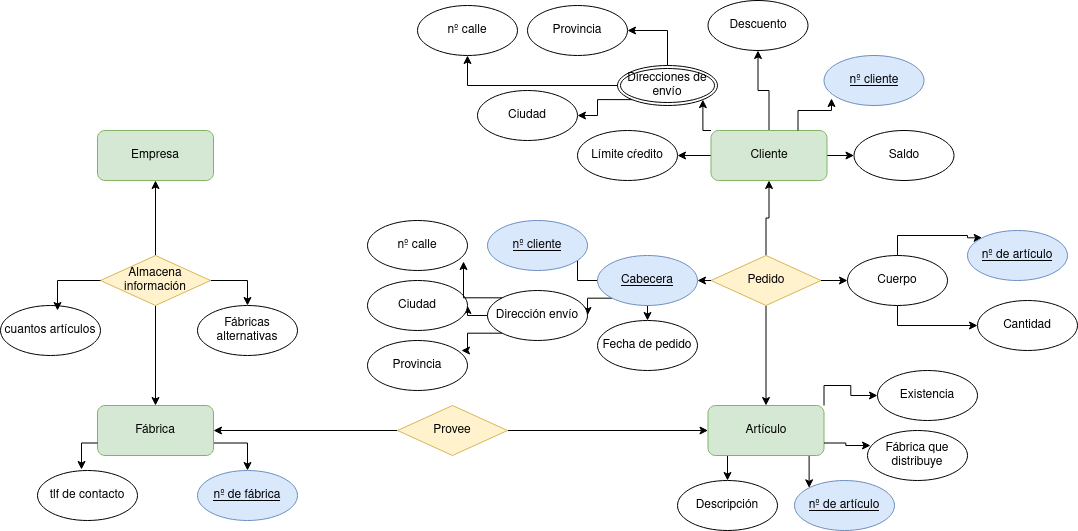
The draw.io diagram Unidad-1/Tareas/Tarea-2/Ejercicio3.drawio.png in LuisMGlez/base-datos, before a commit. Source tidied: cells renumbered, new cells last; positions are measured from the earlier drawing's top-left corner, leaving out a move shared by most shapes.
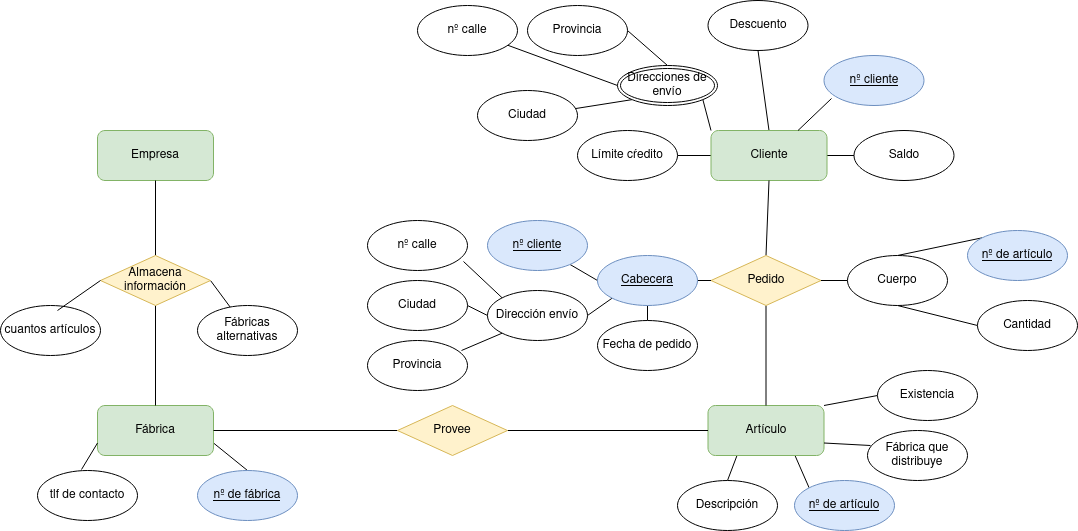
Later version of the same file.

Diff of the diagram source:
```diff
@@ -2,28 +2,28 @@
   <root>
     <mxCell id="0" />
     <mxCell id="1" parent="0" />
-    <mxCell id="2" style="edgeStyle=orthogonalEdgeStyle;rounded=0;jettySize=auto;html=1;exitX=0;exitY=0.5;exitDx=0;exitDy=0;entryX=1;entryY=0.5;entryDx=0;entryDy=0;" parent="1" edge="1" source="6" target="38">
+    <mxCell id="2" style="rounded=0;jettySize=auto;html=1;exitX=0;exitY=0.5;exitDx=0;exitDy=0;entryX=1;entryY=0.5;entryDx=0;entryDy=0;endArrow=none;endFill=0;" parent="1" edge="1" source="6" target="38">
       <mxGeometry relative="1" as="geometry" />
     </mxCell>
-    <mxCell id="3" style="edgeStyle=orthogonalEdgeStyle;rounded=0;jettySize=auto;html=1;exitX=0;exitY=0;exitDx=0;exitDy=0;entryX=1;entryY=1;entryDx=0;entryDy=0;" parent="1" edge="1" source="6" target="44">
+    <mxCell id="3" style="rounded=0;jettySize=auto;html=1;exitX=0;exitY=0;exitDx=0;exitDy=0;entryX=1;entryY=1;entryDx=0;entryDy=0;endArrow=none;endFill=0;" parent="1" edge="1" source="6" target="44">
       <mxGeometry relative="1" as="geometry" />
     </mxCell>
-    <mxCell id="4" style="edgeStyle=orthogonalEdgeStyle;rounded=0;jettySize=auto;html=1;exitX=1;exitY=0.5;exitDx=0;exitDy=0;entryX=0;entryY=0.5;entryDx=0;entryDy=0;" parent="1" edge="1" source="6" target="39">
+    <mxCell id="4" style="rounded=0;jettySize=auto;html=1;exitX=1;exitY=0.5;exitDx=0;exitDy=0;entryX=0;entryY=0.5;entryDx=0;entryDy=0;endArrow=none;endFill=0;" parent="1" edge="1" source="6" target="39">
       <mxGeometry relative="1" as="geometry" />
     </mxCell>
-    <mxCell id="5" style="edgeStyle=orthogonalEdgeStyle;rounded=0;jettySize=auto;html=1;exitX=0.5;exitY=0;exitDx=0;exitDy=0;entryX=0.5;entryY=1;entryDx=0;entryDy=0;" parent="1" edge="1" source="6" target="37">
+    <mxCell id="5" style="rounded=0;jettySize=auto;html=1;exitX=0.5;exitY=0;exitDx=0;exitDy=0;entryX=0.5;entryY=1;entryDx=0;entryDy=0;endArrow=none;endFill=0;" parent="1" edge="1" source="6" target="37">
       <mxGeometry relative="1" as="geometry" />
     </mxCell>
     <mxCell id="6" value="Cliente" style="rounded=1;whiteSpace=wrap;html=1;fillColor=#d5e8d4;strokeColor=#82b366;" parent="1" vertex="1">
       <mxGeometry x="710.5" y="130" width="116" height="50" as="geometry" />
     </mxCell>
-    <mxCell id="7" style="edgeStyle=orthogonalEdgeStyle;rounded=0;jettySize=auto;html=1;exitX=0.25;exitY=1;exitDx=0;exitDy=0;entryX=0.5;entryY=0;entryDx=0;entryDy=0;" parent="1" edge="1" source="10" target="33">
+    <mxCell id="7" style="rounded=0;jettySize=auto;html=1;exitX=0.25;exitY=1;exitDx=0;exitDy=0;entryX=0.5;entryY=0;entryDx=0;entryDy=0;endArrow=none;endFill=0;" parent="1" edge="1" source="10" target="33">
       <mxGeometry relative="1" as="geometry" />
     </mxCell>
-    <mxCell id="8" style="edgeStyle=orthogonalEdgeStyle;rounded=0;jettySize=auto;html=1;exitX=0.75;exitY=1;exitDx=0;exitDy=0;entryX=0;entryY=0;entryDx=0;entryDy=0;" parent="1" edge="1" source="10" target="36">
+    <mxCell id="8" style="rounded=0;jettySize=auto;html=1;exitX=0.75;exitY=1;exitDx=0;exitDy=0;entryX=0;entryY=0;entryDx=0;entryDy=0;endArrow=none;endFill=0;" parent="1" edge="1" source="10" target="36">
       <mxGeometry relative="1" as="geometry" />
     </mxCell>
-    <mxCell id="9" style="edgeStyle=orthogonalEdgeStyle;rounded=0;jettySize=auto;html=1;exitX=1;exitY=0;exitDx=0;exitDy=0;entryX=0;entryY=0.5;entryDx=0;entryDy=0;" parent="1" edge="1" source="10" target="34">
+    <mxCell id="9" style="rounded=0;jettySize=auto;html=1;exitX=1;exitY=0;exitDx=0;exitDy=0;entryX=0;entryY=0.5;entryDx=0;entryDy=0;endArrow=none;endFill=0;" parent="1" edge="1" source="10" target="34">
       <mxGeometry relative="1" as="geometry" />
     </mxCell>
     <mxCell id="10" value="Artículo" style="rounded=1;whiteSpace=wrap;html=1;fillColor=#d5e8d4;strokeColor=#82b366;" parent="1" vertex="1">
@@ -32,64 +32,64 @@
     <mxCell id="11" value="Empresa" style="rounded=1;whiteSpace=wrap;html=1;fillColor=#d5e8d4;strokeColor=#82b366;" parent="1" vertex="1">
       <mxGeometry x="97" y="130" width="116" height="50" as="geometry" />
     </mxCell>
-    <mxCell id="12" style="edgeStyle=orthogonalEdgeStyle;rounded=0;jettySize=auto;html=1;exitX=1;exitY=0.75;exitDx=0;exitDy=0;entryX=0.5;entryY=0;entryDx=0;entryDy=0;" parent="1" edge="1" source="13" target="64">
+    <mxCell id="12" style="rounded=0;jettySize=auto;html=1;exitX=1;exitY=0.75;exitDx=0;exitDy=0;entryX=0.5;entryY=0;entryDx=0;entryDy=0;endArrow=none;endFill=0;" parent="1" edge="1" source="13" target="64">
       <mxGeometry relative="1" as="geometry" />
     </mxCell>
     <mxCell id="13" value="Fábrica" style="rounded=1;whiteSpace=wrap;html=1;fillColor=#d5e8d4;strokeColor=#82b366;" parent="1" vertex="1">
       <mxGeometry x="97" y="405" width="116" height="50" as="geometry" />
     </mxCell>
-    <mxCell id="14" style="edgeStyle=orthogonalEdgeStyle;rounded=0;jettySize=auto;html=1;exitX=1;exitY=0.5;exitDx=0;exitDy=0;" parent="1" edge="1" source="16" target="10">
+    <mxCell id="14" style="edgeStyle=orthogonalEdgeStyle;rounded=0;jettySize=auto;html=1;exitX=1;exitY=0.5;exitDx=0;exitDy=0;endArrow=none;endFill=0;" parent="1" edge="1" source="16" target="10">
       <mxGeometry relative="1" as="geometry" />
     </mxCell>
-    <mxCell id="15" style="edgeStyle=orthogonalEdgeStyle;rounded=0;jettySize=auto;html=1;exitX=0;exitY=0.5;exitDx=0;exitDy=0;entryX=1;entryY=0.5;entryDx=0;entryDy=0;" parent="1" edge="1" source="16" target="13">
+    <mxCell id="15" style="edgeStyle=orthogonalEdgeStyle;rounded=0;jettySize=auto;html=1;exitX=0;exitY=0.5;exitDx=0;exitDy=0;entryX=1;entryY=0.5;entryDx=0;entryDy=0;endArrow=none;endFill=0;" parent="1" edge="1" source="16" target="13">
       <mxGeometry relative="1" as="geometry" />
     </mxCell>
     <mxCell id="16" value="Provee" style="rhombus;whiteSpace=wrap;html=1;fillColor=#fff2cc;strokeColor=#d6b656;" parent="1" vertex="1">
       <mxGeometry x="397" y="405" width="110" height="50" as="geometry" />
     </mxCell>
-    <mxCell id="17" style="edgeStyle=orthogonalEdgeStyle;rounded=0;jettySize=auto;html=1;exitX=0;exitY=0.5;exitDx=0;exitDy=0;entryX=1;entryY=0.5;entryDx=0;entryDy=0;" parent="1" edge="1" source="21" target="32">
+    <mxCell id="17" style="edgeStyle=orthogonalEdgeStyle;rounded=0;jettySize=auto;html=1;exitX=0;exitY=0.5;exitDx=0;exitDy=0;entryX=1;entryY=0.5;entryDx=0;entryDy=0;endArrow=none;endFill=0;" parent="1" edge="1" source="21" target="32">
       <mxGeometry relative="1" as="geometry" />
     </mxCell>
-    <mxCell id="18" style="edgeStyle=orthogonalEdgeStyle;rounded=0;jettySize=auto;html=1;exitX=1;exitY=0.5;exitDx=0;exitDy=0;entryX=0;entryY=0.5;entryDx=0;entryDy=0;" parent="1" edge="1" source="21" target="28">
+    <mxCell id="18" style="rounded=0;jettySize=auto;html=1;exitX=1;exitY=0.5;exitDx=0;exitDy=0;entryX=0;entryY=0.5;entryDx=0;entryDy=0;endArrow=none;endFill=0;" parent="1" edge="1" source="21" target="28">
       <mxGeometry relative="1" as="geometry" />
     </mxCell>
-    <mxCell id="19" style="edgeStyle=orthogonalEdgeStyle;rounded=0;jettySize=auto;html=1;exitX=0.5;exitY=0;exitDx=0;exitDy=0;entryX=0.5;entryY=1;entryDx=0;entryDy=0;" parent="1" edge="1" source="21" target="6">
+    <mxCell id="19" style="rounded=0;jettySize=auto;html=1;exitX=0.5;exitY=0;exitDx=0;exitDy=0;entryX=0.5;entryY=1;entryDx=0;entryDy=0;endArrow=none;endFill=0;" parent="1" edge="1" source="21" target="6">
       <mxGeometry relative="1" as="geometry" />
     </mxCell>
-    <mxCell id="20" style="edgeStyle=orthogonalEdgeStyle;rounded=0;jettySize=auto;html=1;exitX=0.5;exitY=1;exitDx=0;exitDy=0;entryX=0.5;entryY=0;entryDx=0;entryDy=0;" parent="1" edge="1" source="21" target="10">
+    <mxCell id="20" style="rounded=0;jettySize=auto;html=1;exitX=0.5;exitY=1;exitDx=0;exitDy=0;entryX=0.5;entryY=0;entryDx=0;entryDy=0;endArrow=none;endFill=0;" parent="1" edge="1" source="21" target="10">
       <mxGeometry relative="1" as="geometry" />
     </mxCell>
     <mxCell id="21" value="Pedido" style="rhombus;whiteSpace=wrap;html=1;fillColor=#fff2cc;strokeColor=#d6b656;" parent="1" vertex="1">
       <mxGeometry x="710.5" y="255" width="110" height="50" as="geometry" />
     </mxCell>
-    <mxCell id="22" style="edgeStyle=orthogonalEdgeStyle;rounded=0;jettySize=auto;html=1;exitX=1;exitY=0.5;exitDx=0;exitDy=0;" parent="1" edge="1" source="25" target="61">
+    <mxCell id="22" style="rounded=0;jettySize=auto;html=1;exitX=1;exitY=0.5;exitDx=0;exitDy=0;endArrow=none;endFill=0;" parent="1" edge="1" source="25" target="61">
       <mxGeometry relative="1" as="geometry" />
     </mxCell>
-    <mxCell id="23" style="edgeStyle=orthogonalEdgeStyle;rounded=0;jettySize=auto;html=1;exitX=0.5;exitY=1;exitDx=0;exitDy=0;entryX=0.5;entryY=0;entryDx=0;entryDy=0;" parent="1" edge="1" source="25" target="13">
+    <mxCell id="23" style="rounded=0;jettySize=auto;html=1;exitX=0.5;exitY=1;exitDx=0;exitDy=0;entryX=0.5;entryY=0;entryDx=0;entryDy=0;endArrow=none;endFill=0;" parent="1" edge="1" source="25" target="13">
       <mxGeometry relative="1" as="geometry" />
     </mxCell>
-    <mxCell id="24" style="edgeStyle=orthogonalEdgeStyle;rounded=0;jettySize=auto;html=1;exitX=0.5;exitY=0;exitDx=0;exitDy=0;entryX=0.5;entryY=1;entryDx=0;entryDy=0;" parent="1" edge="1" source="25" target="11">
+    <mxCell id="24" style="rounded=0;jettySize=auto;html=1;exitX=0.5;exitY=0;exitDx=0;exitDy=0;entryX=0.5;entryY=1;entryDx=0;entryDy=0;endArrow=none;endFill=0;" parent="1" edge="1" source="25" target="11">
       <mxGeometry relative="1" as="geometry" />
     </mxCell>
     <mxCell id="25" value="Almacena información" style="rhombus;whiteSpace=wrap;html=1;fillColor=#fff2cc;strokeColor=#d6b656;" parent="1" vertex="1">
       <mxGeometry x="100" y="255" width="110" height="50" as="geometry" />
     </mxCell>
-    <mxCell id="26" style="edgeStyle=orthogonalEdgeStyle;rounded=0;jettySize=auto;html=1;exitX=0.5;exitY=0;exitDx=0;exitDy=0;entryX=0;entryY=0;entryDx=0;entryDy=0;" parent="1" edge="1" source="28" target="49">
+    <mxCell id="26" style="rounded=0;jettySize=auto;html=1;exitX=0.5;exitY=0;exitDx=0;exitDy=0;entryX=0;entryY=0;entryDx=0;entryDy=0;endArrow=none;endFill=0;" parent="1" edge="1" source="28" target="49">
       <mxGeometry relative="1" as="geometry" />
     </mxCell>
-    <mxCell id="27" style="edgeStyle=orthogonalEdgeStyle;rounded=0;jettySize=auto;html=1;exitX=0.5;exitY=1;exitDx=0;exitDy=0;entryX=0;entryY=0.5;entryDx=0;entryDy=0;" parent="1" edge="1" source="28" target="50">
+    <mxCell id="27" style="rounded=0;jettySize=auto;html=1;exitX=0.5;exitY=1;exitDx=0;exitDy=0;entryX=0;entryY=0.5;entryDx=0;entryDy=0;endArrow=none;endFill=0;" parent="1" edge="1" source="28" target="50">
       <mxGeometry relative="1" as="geometry" />
     </mxCell>
     <mxCell id="28" value="Cuerpo" style="ellipse;whiteSpace=wrap;html=1;" parent="1" vertex="1">
       <mxGeometry x="847" y="255" width="100" height="50" as="geometry" />
     </mxCell>
-    <mxCell id="29" style="edgeStyle=orthogonalEdgeStyle;rounded=0;jettySize=auto;html=1;exitX=0;exitY=0.5;exitDx=0;exitDy=0;" parent="1" edge="1" source="32" target="45">
+    <mxCell id="29" style="rounded=0;jettySize=auto;html=1;exitX=0;exitY=0.5;exitDx=0;exitDy=0;endArrow=none;endFill=0;" parent="1" edge="1" source="32" target="45">
       <mxGeometry relative="1" as="geometry" />
     </mxCell>
-    <mxCell id="30" style="edgeStyle=orthogonalEdgeStyle;rounded=0;jettySize=auto;html=1;exitX=0;exitY=1;exitDx=0;exitDy=0;entryX=1;entryY=0.5;entryDx=0;entryDy=0;" parent="1" edge="1" source="32" target="47">
+    <mxCell id="30" style="rounded=0;jettySize=auto;html=1;exitX=0;exitY=1;exitDx=0;exitDy=0;entryX=1;entryY=0.5;entryDx=0;entryDy=0;endArrow=none;endFill=0;" parent="1" edge="1" source="32" target="47">
       <mxGeometry relative="1" as="geometry" />
     </mxCell>
-    <mxCell id="31" style="edgeStyle=orthogonalEdgeStyle;rounded=0;jettySize=auto;html=1;exitX=0.5;exitY=1;exitDx=0;exitDy=0;entryX=0.5;entryY=0;entryDx=0;entryDy=0;" parent="1" edge="1" source="32" target="48">
+    <mxCell id="31" style="edgeStyle=orthogonalEdgeStyle;rounded=0;jettySize=auto;html=1;exitX=0.5;exitY=1;exitDx=0;exitDy=0;entryX=0.5;entryY=0;entryDx=0;entryDy=0;endArrow=none;endFill=0;" parent="1" edge="1" source="32" target="48">
       <mxGeometry relative="1" as="geometry" />
     </mxCell>
     <mxCell id="32" value="&lt;u&gt;Cabecera&lt;/u&gt;" style="ellipse;whiteSpace=wrap;html=1;fillColor=#dae8fc;strokeColor=#6c8ebf;" parent="1" vertex="1">
@@ -119,13 +119,13 @@
     <mxCell id="40" value="&lt;u&gt;nº cliente&lt;br&gt;&lt;/u&gt;" style="ellipse;whiteSpace=wrap;html=1;fillColor=#dae8fc;strokeColor=#6c8ebf;" parent="1" vertex="1">
       <mxGeometry x="823.5" y="55" width="100" height="50" as="geometry" />
     </mxCell>
-    <mxCell id="41" style="edgeStyle=orthogonalEdgeStyle;rounded=0;jettySize=auto;html=1;exitX=0.5;exitY=0;exitDx=0;exitDy=0;entryX=1;entryY=0.5;entryDx=0;entryDy=0;" parent="1" edge="1" source="44" target="53">
+    <mxCell id="41" style="rounded=0;jettySize=auto;html=1;exitX=0.5;exitY=0;exitDx=0;exitDy=0;entryX=1;entryY=0.5;entryDx=0;entryDy=0;endArrow=none;endFill=0;" parent="1" edge="1" source="44" target="53">
       <mxGeometry relative="1" as="geometry" />
     </mxCell>
-    <mxCell id="42" style="edgeStyle=orthogonalEdgeStyle;rounded=0;jettySize=auto;html=1;exitX=0;exitY=0.5;exitDx=0;exitDy=0;" parent="1" edge="1" source="44" target="51">
+    <mxCell id="42" style="rounded=0;jettySize=auto;html=1;exitX=0;exitY=0.5;exitDx=0;exitDy=0;strokeColor=default;strokeWidth=1;endArrow=none;endFill=0;" parent="1" edge="1" source="44" target="51">
       <mxGeometry relative="1" as="geometry" />
     </mxCell>
-    <mxCell id="43" style="edgeStyle=orthogonalEdgeStyle;rounded=0;jettySize=auto;html=1;exitX=0;exitY=1;exitDx=0;exitDy=0;" parent="1" edge="1" source="44" target="52">
+    <mxCell id="43" style="rounded=0;jettySize=auto;html=1;exitX=0;exitY=1;exitDx=0;exitDy=0;endArrow=none;endFill=0;" parent="1" edge="1" source="44" target="52">
       <mxGeometry relative="1" as="geometry" />
     </mxCell>
     <mxCell id="44" value="Direcciones de envío" style="ellipse;shape=doubleEllipse;margin=3;whiteSpace=wrap;html=1;align=center;" parent="1" vertex="1">
@@ -134,7 +134,7 @@
     <mxCell id="45" value="&lt;u&gt;nº cliente&lt;br&gt;&lt;/u&gt;" style="ellipse;whiteSpace=wrap;html=1;fillColor=#dae8fc;strokeColor=#6c8ebf;" parent="1" vertex="1">
       <mxGeometry x="487" y="220" width="100" height="50" as="geometry" />
     </mxCell>
-    <mxCell id="46" style="edgeStyle=orthogonalEdgeStyle;rounded=0;jettySize=auto;html=1;exitX=0;exitY=0.5;exitDx=0;exitDy=0;entryX=1;entryY=0.5;entryDx=0;entryDy=0;" parent="1" edge="1" source="47" target="55">
+    <mxCell id="46" style="rounded=0;jettySize=auto;html=1;exitX=0;exitY=0.5;exitDx=0;exitDy=0;entryX=1;entryY=0.5;entryDx=0;entryDy=0;endArrow=none;endFill=0;" parent="1" edge="1" source="47" target="55">
       <mxGeometry relative="1" as="geometry" />
     </mxCell>
     <mxCell id="47" value="Dirección envío" style="ellipse;whiteSpace=wrap;html=1;" parent="1" vertex="1">
@@ -167,16 +167,16 @@
     <mxCell id="56" value="Provincia" style="ellipse;whiteSpace=wrap;html=1;" parent="1" vertex="1">
       <mxGeometry x="367" y="340" width="100" height="50" as="geometry" />
     </mxCell>
-    <mxCell id="57" style="edgeStyle=orthogonalEdgeStyle;rounded=0;jettySize=auto;html=1;exitX=0;exitY=0;exitDx=0;exitDy=0;entryX=0.96;entryY=0.82;entryDx=0;entryDy=0;entryPerimeter=0;" parent="1" edge="1" source="47" target="54">
+    <mxCell id="57" style="rounded=0;jettySize=auto;html=1;exitX=0;exitY=0;exitDx=0;exitDy=0;entryX=0.96;entryY=0.82;entryDx=0;entryDy=0;entryPerimeter=0;endArrow=none;endFill=0;" parent="1" edge="1" source="47" target="54">
       <mxGeometry relative="1" as="geometry" />
     </mxCell>
-    <mxCell id="58" style="edgeStyle=orthogonalEdgeStyle;rounded=0;jettySize=auto;html=1;exitX=0;exitY=1;exitDx=0;exitDy=0;entryX=0.94;entryY=0.2;entryDx=0;entryDy=0;entryPerimeter=0;" parent="1" edge="1" source="47" target="56">
+    <mxCell id="58" style="rounded=0;jettySize=auto;html=1;exitX=0;exitY=1;exitDx=0;exitDy=0;entryX=0.94;entryY=0.2;entryDx=0;entryDy=0;entryPerimeter=0;endArrow=none;endFill=0;" parent="1" edge="1" source="47" target="56">
       <mxGeometry relative="1" as="geometry" />
     </mxCell>
-    <mxCell id="59" style="edgeStyle=orthogonalEdgeStyle;rounded=0;jettySize=auto;html=1;exitX=0.75;exitY=0;exitDx=0;exitDy=0;entryX=0.075;entryY=0.86;entryDx=0;entryDy=0;entryPerimeter=0;" parent="1" edge="1" source="6" target="40">
+    <mxCell id="59" style="rounded=0;jettySize=auto;html=1;exitX=0.75;exitY=0;exitDx=0;exitDy=0;entryX=0.075;entryY=0.86;entryDx=0;entryDy=0;entryPerimeter=0;endArrow=none;endFill=0;" parent="1" edge="1" source="6" target="40">
       <mxGeometry relative="1" as="geometry" />
     </mxCell>
-    <mxCell id="60" style="edgeStyle=orthogonalEdgeStyle;rounded=0;jettySize=auto;html=1;exitX=1;exitY=0.75;exitDx=0;exitDy=0;entryX=0.03;entryY=0.3;entryDx=0;entryDy=0;entryPerimeter=0;" parent="1" edge="1" source="10" target="35">
+    <mxCell id="60" style="rounded=0;jettySize=auto;html=1;exitX=1;exitY=0.75;exitDx=0;exitDy=0;entryX=0.03;entryY=0.3;entryDx=0;entryDy=0;entryPerimeter=0;endArrow=none;endFill=0;" parent="1" edge="1" source="10" target="35">
       <mxGeometry relative="1" as="geometry" />
     </mxCell>
     <mxCell id="61" value="Fábricas alternativas" style="ellipse;whiteSpace=wrap;html=1;" parent="1" vertex="1">
@@ -191,10 +191,10 @@
     <mxCell id="64" value="&lt;u&gt;nº de fábrica&lt;br&gt;&lt;/u&gt;" style="ellipse;whiteSpace=wrap;html=1;fillColor=#dae8fc;strokeColor=#6c8ebf;" parent="1" vertex="1">
       <mxGeometry x="197" y="470" width="100" height="50" as="geometry" />
     </mxCell>
-    <mxCell id="65" style="edgeStyle=orthogonalEdgeStyle;rounded=0;jettySize=auto;html=1;exitX=0;exitY=0.75;exitDx=0;exitDy=0;entryX=0.44;entryY=-0.02;entryDx=0;entryDy=0;entryPerimeter=0;" parent="1" edge="1" source="13" target="63">
+    <mxCell id="65" style="rounded=0;jettySize=auto;html=1;exitX=0;exitY=0.75;exitDx=0;exitDy=0;entryX=0.44;entryY=-0.02;entryDx=0;entryDy=0;entryPerimeter=0;endArrow=none;endFill=0;" parent="1" edge="1" source="13" target="63">
       <mxGeometry relative="1" as="geometry" />
     </mxCell>
-    <mxCell id="66" style="edgeStyle=orthogonalEdgeStyle;rounded=0;jettySize=auto;html=1;exitX=0;exitY=0.5;exitDx=0;exitDy=0;entryX=0.57;entryY=0.1;entryDx=0;entryDy=0;entryPerimeter=0;" parent="1" edge="1" source="25" target="62">
+    <mxCell id="66" style="rounded=0;jettySize=auto;html=1;exitX=0;exitY=0.5;exitDx=0;exitDy=0;entryX=0.57;entryY=0.1;entryDx=0;entryDy=0;entryPerimeter=0;endArrow=none;endFill=0;" parent="1" edge="1" source="25" target="62">
       <mxGeometry relative="1" as="geometry" />
     </mxCell>
   </root>
```
